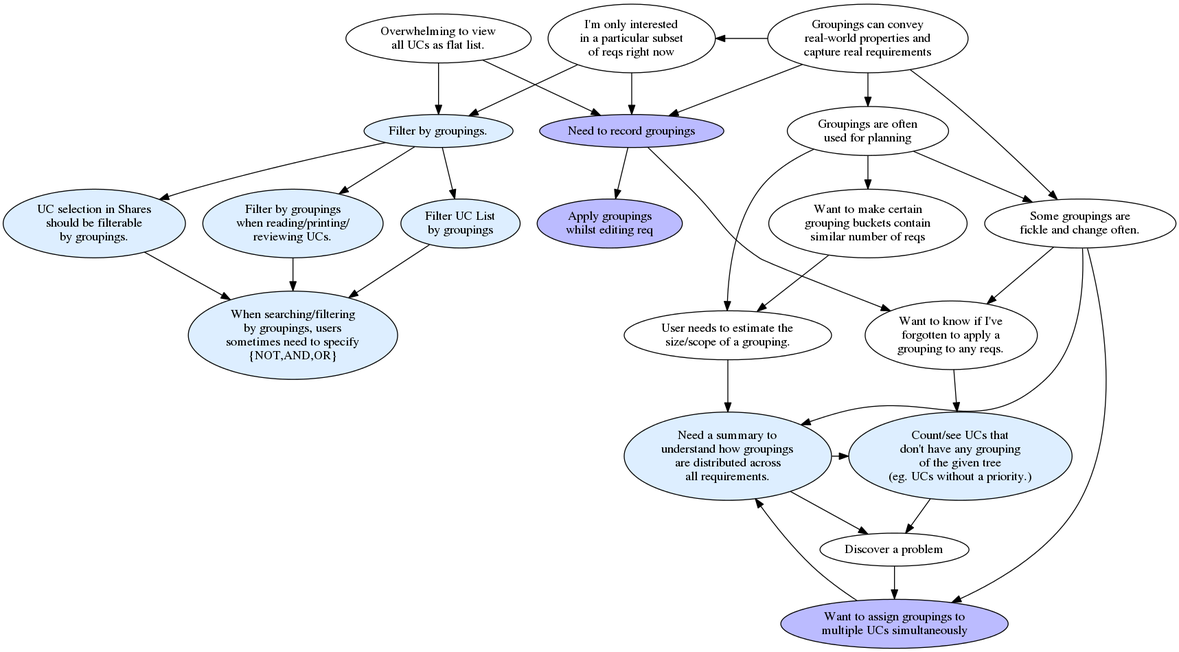
Earlier version of the Graphviz export Requirements/analysis-mf07-problems_and_solutions.gv.png (scala-steward/shipreq). Its source is kept beside it as Requirements/analysis-mf07-problems_and_solutions.gv. The source it was exported from:
```dot
digraph G {

Interest [label="I'm only interested\nin a particular subset\nof reqs right now"]
Overwhelming [label="Overwhelming to view\nall UCs as flat list."]
EstSize [label="User needs to estimate the\nsize/scope of a grouping."]
Fickle [label="Some groupings are\nfickle and change often."]
RWM [label="Groupings can convey\nreal-world properties and\ncapture real requirements"]
Planning [label="Groupings are often\nused for planning"]
Balance [label="Want to make certain\ngrouping buckets contain\nsimilar number of reqs"]
ForgotApply [label="Want to know if I've\nforgotten to apply a\ngrouping to any reqs."]
SeeProb [label="Discover a problem"]

{ // FUNCTIONALITY [R]
node [style=filled,fillcolor="#ddeeff"]
  BooleanFilterOps [label="When searching/filtering\nby groupings, users\nsometimes need to specify\n{NOT,AND,OR}"]
  Filter [label="Filter by groupings."]
  FilterS [label="UC selection in Shares\nshould be filterable\nby groupings."]
  FilterR [label="Filter by groupings\nwhen reading/printing/\nreviewing UCs."]
  FilterUCL [label="Filter UC List\nby groupings"]
{rank=same;
  Overview [label="Need a summary to\nunderstand how groupings\nare distributed across\nall requirements."]
  SeeMissing [label="Count/see UCs that\ndon't have any grouping\nof the given tree\n(eg. UCs without a priority.)"]
}
}

{ // FUNCTIONALITY [W]
node [style=filled,fillcolor="#bbbbff"]
  Store [label="Need to record groupings"]
  BulkApply [label="Want to assign groupings to\nmultiple UCs simultaneously"]
  Apply [label="Apply groupings\nwhilst editing req"]
}

{ // QUESTIONABLE
node [style=filled,fillcolor="#ffcccc"]
}

RWM -> Interest [constraint=false]
{Interest; Overwhelming} -> {Store; Filter}
Filter -> {FilterS; FilterR; FilterUCL} -> BooleanFilterOps
Fickle -> BulkApply
RWM -> {Store; Fickle}
RWM -> Planning -> Fickle
{Balance; Planning} -> EstSize
Overview -> SeeMissing
Planning -> Balance
Fickle -> Overview
{Store; Fickle} -> ForgotApply -> SeeMissing
BulkApply -> Overview
EstSize -> Overview
{SeeMissing; Overview} -> SeeProb -> BulkApply
Store -> Apply

}
```
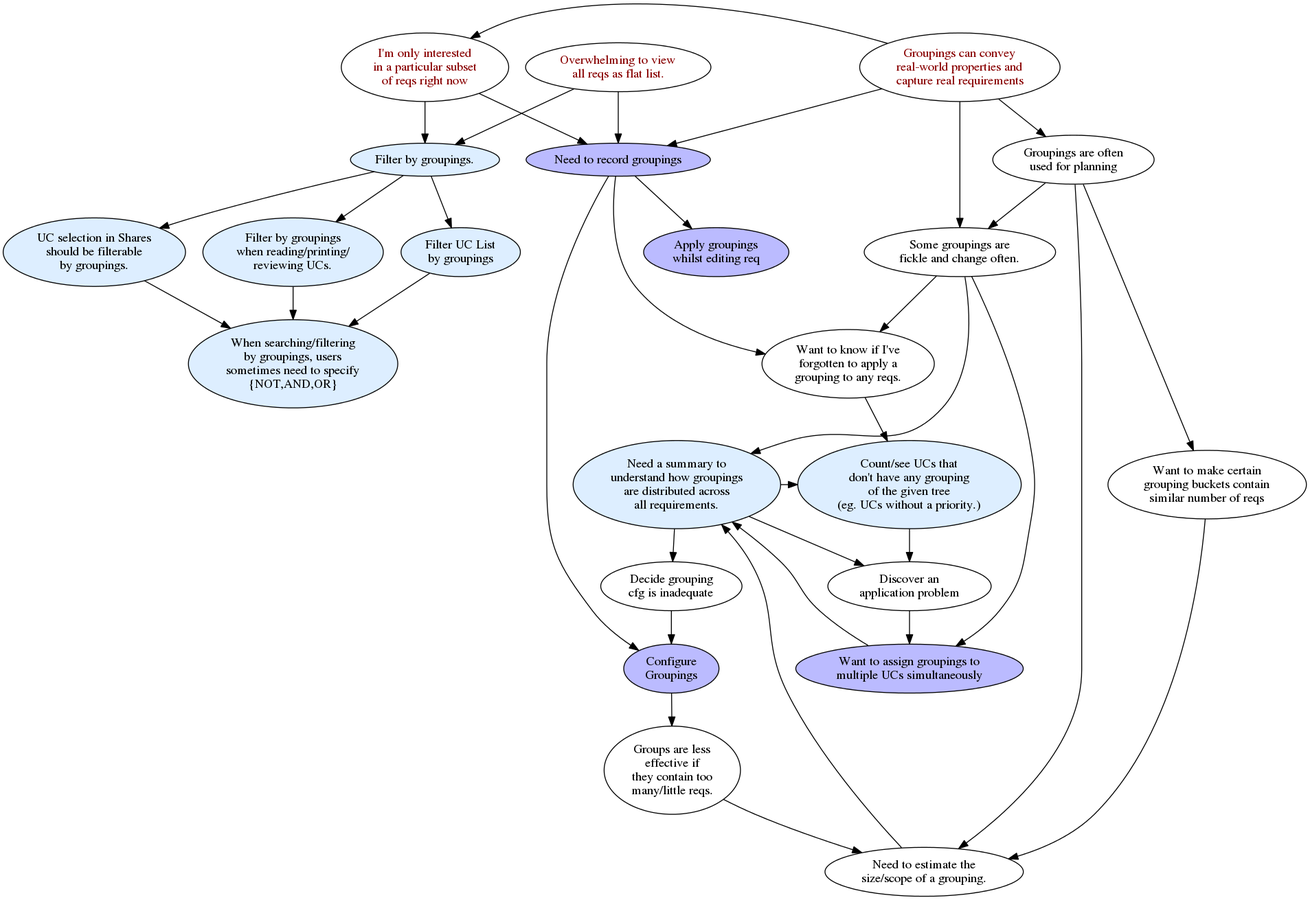
The same diagram one commit later.

Commit message:
Requirements: Added GroupingCfg into MF-07 P&S graph

Diff of the diagram source:
```diff
@@ -1,14 +1,21 @@
 digraph G {
 
-Interest [label="I'm only interested\nin a particular subset\nof reqs right now"]
-Overwhelming [label="Overwhelming to view\nall UCs as flat list."]
-EstSize [label="User needs to estimate the\nsize/scope of a grouping."]
+{ // TOP-LEVEL
+rank=same;
+node [fontcolor="#880000"]
+  Interest [label="I'm only interested\nin a particular subset\nof reqs right now"]
+  Overwhelming [label="Overwhelming to view\nall reqs as flat list."]
+  RWM [label="Groupings can convey\nreal-world properties and\ncapture real requirements"]
+}
+
+EstSize [label="Need to estimate the\nsize/scope of a grouping."]
 Fickle [label="Some groupings are\nfickle and change often."]
-RWM [label="Groupings can convey\nreal-world properties and\ncapture real requirements"]
 Planning [label="Groupings are often\nused for planning"]
 Balance [label="Want to make certain\ngrouping buckets contain\nsimilar number of reqs"]
 ForgotApply [label="Want to know if I've\nforgotten to apply a\ngrouping to any reqs."]
-SeeProb [label="Discover a problem"]
+SeeProb [label="Discover an\napplication problem"]
+OverUnderUsed [label="Groups are less\neffective if\nthey contain too\nmany/little reqs."]
+InadeqCfg [label="Decide grouping\ncfg is inadequate"]
 
 { // FUNCTIONALITY [R]
 node [style=filled,fillcolor="#ddeeff"]
@@ -28,6 +35,7 @@
   Store [label="Need to record groupings"]
   BulkApply [label="Want to assign groupings to\nmultiple UCs simultaneously"]
   Apply [label="Apply groupings\nwhilst editing req"]
+  Cfg [label="Configure\nGroupings"]
 }
 
 { // QUESTIONABLE
@@ -48,6 +56,8 @@
 BulkApply -> Overview
 EstSize -> Overview
 {SeeMissing; Overview} -> SeeProb -> BulkApply
-Store -> Apply
+Store -> {Apply; Cfg}
+Cfg -> OverUnderUsed -> EstSize
+Overview -> InadeqCfg -> Cfg
 
 }
```
